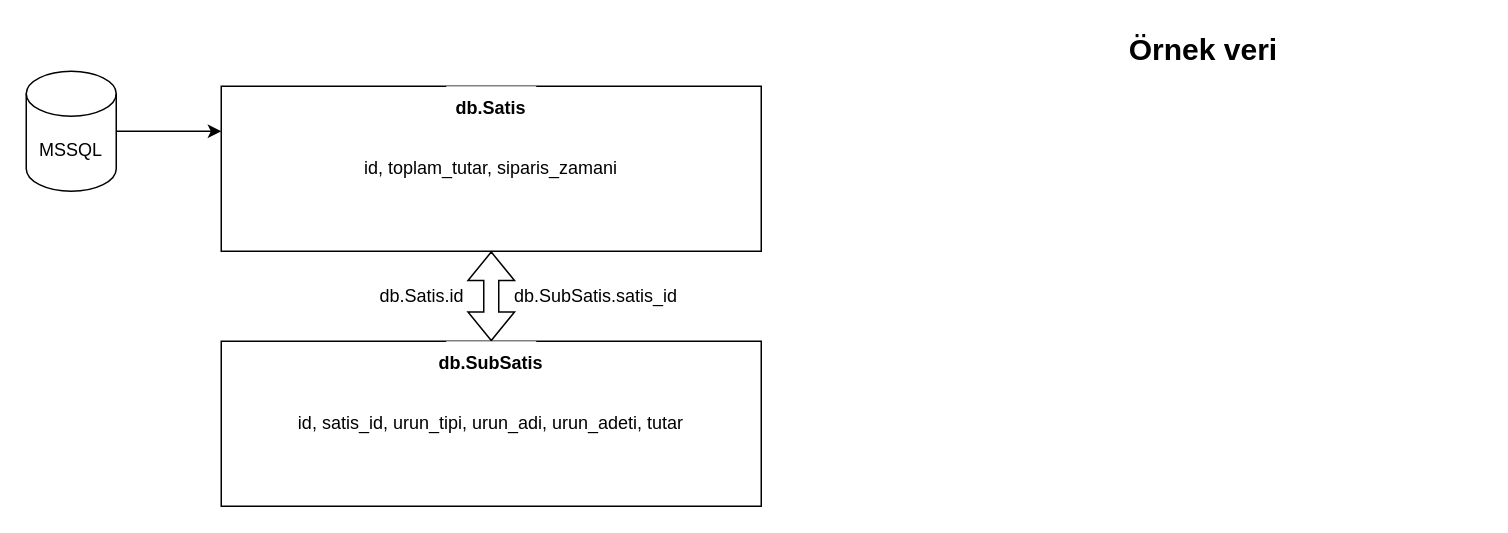
This is Başlıksız Diyagram.drawio from sinancesur34/Food-Ordering-Project, a draw.io file, before an edit. Source tidied: cells renumbered, new cells numbered last; positions are measured from the earlier drawing's top-left corner, leaving out a move shared by most shapes. Both pictures are drawn from the tidied source at 150%, with x=0, y=0 at pixel (26, 26).
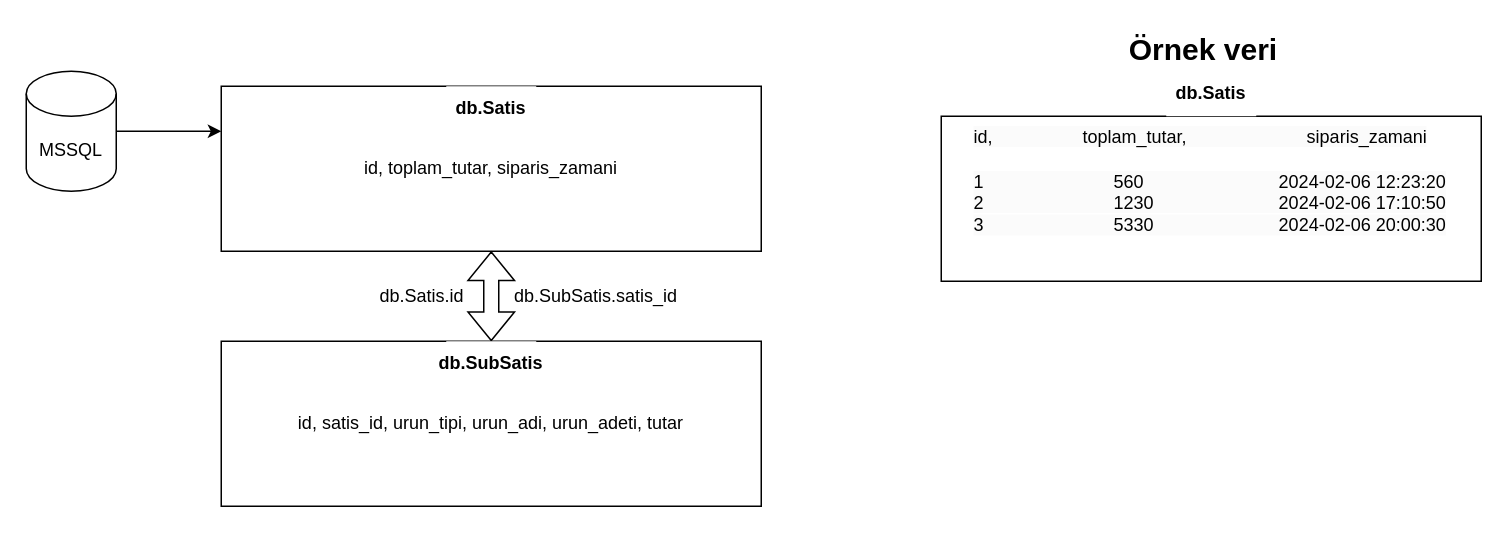
After the change.

The edit, as a diff of the source:
```diff
@@
 <mxGraphModel>
   <root>
     <mxCell id="0" />
     <mxCell id="1" parent="0" />
     <mxCell id="2" style="edgeStyle=orthogonalEdgeStyle;rounded=0;jettySize=auto;html=1;" parent="1" edge="1" source="3">
       <mxGeometry relative="1" as="geometry">
         <mxPoint x="130" y="70" as="targetPoint" />
       </mxGeometry>
     </mxCell>
     <mxCell id="3" value="MSSQL" style="shape=cylinder3;whiteSpace=wrap;html=1;boundedLbl=1;backgroundOutline=1;size=15;" parent="1" vertex="1">
       <mxGeometry y="30" width="60" height="80" as="geometry" />
     </mxCell>
     <mxCell id="4" value="id, toplam_tutar, siparis_zamani" style="rounded=0;whiteSpace=wrap;html=1;" parent="1" vertex="1">
       <mxGeometry x="130" y="40" width="360" height="110" as="geometry" />
     </mxCell>
     <mxCell id="5" value="id, satis_id, urun_tipi, urun_adi, urun_adeti, tutar" style="rounded=0;whiteSpace=wrap;html=1;" parent="1" vertex="1">
       <mxGeometry x="130" y="210" width="360" height="110" as="geometry" />
     </mxCell>
     <mxCell id="6" value="db.Satis" style="text;html=1;strokeColor=none;fillColor=default;align=center;verticalAlign=middle;whiteSpace=wrap;rounded=0;fontStyle=1;" parent="1" vertex="1">
       <mxGeometry x="280" y="40" width="60" height="30" as="geometry" />
     </mxCell>
     <mxCell id="7" style="shape=flexArrow;endArrow=classic;startArrow=classic;html=1;rounded=0;entryX=0.5;entryY=1;entryDx=0;entryDy=0;" parent="1" edge="1" source="5" target="4">
       <mxGeometry relative="1" as="geometry" />
     </mxCell>
     <mxCell id="8" value="db.SubSatis" style="text;html=1;strokeColor=none;fillColor=default;align=center;verticalAlign=middle;whiteSpace=wrap;rounded=0;fontStyle=1;" parent="1" vertex="1">
       <mxGeometry x="280" y="210" width="60" height="30" as="geometry" />
     </mxCell>
     <mxCell id="9" value="db.Satis.id" style="text;html=1;strokeColor=none;fillColor=none;align=center;verticalAlign=middle;whiteSpace=wrap;rounded=0;" parent="1" vertex="1">
       <mxGeometry x="234" y="170" width="60" height="20" as="geometry" />
     </mxCell>
     <mxCell id="10" value="db.SubSatis.satis_id" style="text;html=1;strokeColor=none;fillColor=none;align=center;verticalAlign=middle;whiteSpace=wrap;rounded=0;" parent="1" vertex="1">
       <mxGeometry x="350" y="170" width="60" height="20" as="geometry" />
     </mxCell>
     <mxCell id="11" value="&lt;b&gt;&lt;font style=&quot;font-size: 20px;&quot;&gt;Örnek veri&lt;/font&gt;&lt;/b&gt;" style="text;html=1;strokeColor=none;fillColor=none;align=center;verticalAlign=middle;whiteSpace=wrap;rounded=0;" parent="1" vertex="1">
       <mxGeometry x="700" width="170" height="30" as="geometry" />
     </mxCell>
+    <mxCell id="12" style="rounded=0;whiteSpace=wrap;html=1;" parent="1" vertex="1">
+      <mxGeometry x="610" y="60" width="360" height="110" as="geometry" />
+    </mxCell>
+    <mxCell id="13" value="db.Satis" style="text;html=1;strokeColor=none;fillColor=default;align=center;verticalAlign=middle;whiteSpace=wrap;rounded=0;fontStyle=1;" parent="1" vertex="1">
+      <mxGeometry x="760" y="30" width="60" height="30" as="geometry" />
+    </mxCell>
+    <mxCell id="14" value="&lt;span style=&quot;color: rgb(0, 0, 0); font-family: Helvetica; font-size: 12px; font-style: normal; font-variant-ligatures: normal; font-variant-caps: normal; font-weight: 400; letter-spacing: normal; orphans: 2; text-align: center; text-indent: 0px; text-transform: none; widows: 2; word-spacing: 0px; -webkit-text-stroke-width: 0px; background-color: rgb(251, 251, 251); text-decoration-thickness: initial; text-decoration-style: initial; text-decoration-color: initial; float: none; display: inline !important;&quot;&gt;id,&amp;nbsp; &amp;nbsp; &amp;nbsp; &amp;nbsp; &amp;nbsp; &amp;nbsp; &amp;nbsp; &amp;nbsp; &amp;nbsp; toplam_tutar,&amp;nbsp; &amp;nbsp; &amp;nbsp; &amp;nbsp; &amp;nbsp; &amp;nbsp; &amp;nbsp; &amp;nbsp; &amp;nbsp; &amp;nbsp; &amp;nbsp; &amp;nbsp; siparis_zamani&lt;/span&gt;" style="text;whiteSpace=wrap;html=1;" parent="1" vertex="1">
+      <mxGeometry x="630" y="60" width="340" height="40" as="geometry" />
+    </mxCell>
+    <mxCell id="15" value="&lt;span style=&quot;color: rgb(0, 0, 0); font-family: Helvetica; font-size: 12px; font-style: normal; font-variant-ligatures: normal; font-variant-caps: normal; font-weight: 400; letter-spacing: normal; orphans: 2; text-align: center; text-indent: 0px; text-transform: none; widows: 2; word-spacing: 0px; -webkit-text-stroke-width: 0px; background-color: rgb(251, 251, 251); text-decoration-thickness: initial; text-decoration-style: initial; text-decoration-color: initial; float: none; display: inline !important;&quot;&gt;1&amp;nbsp; &amp;nbsp; &amp;nbsp; &amp;nbsp; &amp;nbsp; &amp;nbsp; &amp;nbsp; &amp;nbsp; &amp;nbsp; &amp;nbsp; &amp;nbsp; &amp;nbsp; &amp;nbsp; 560&amp;nbsp; &amp;nbsp; &amp;nbsp; &amp;nbsp; &amp;nbsp; &amp;nbsp; &amp;nbsp; &amp;nbsp; &amp;nbsp; &amp;nbsp; &amp;nbsp; &amp;nbsp; &amp;nbsp; &amp;nbsp;2024-02-06 12:23:20&lt;br&gt;2&amp;nbsp; &amp;nbsp; &amp;nbsp; &amp;nbsp; &amp;nbsp; &amp;nbsp; &amp;nbsp; &amp;nbsp; &amp;nbsp; &amp;nbsp; &amp;nbsp; &amp;nbsp; &amp;nbsp; 1230&amp;nbsp; &amp;nbsp; &amp;nbsp; &amp;nbsp; &amp;nbsp; &amp;nbsp; &amp;nbsp; &amp;nbsp; &amp;nbsp; &amp;nbsp; &amp;nbsp; &amp;nbsp; &amp;nbsp;2024-02-06 17:10:50&lt;br&gt;3&amp;nbsp; &amp;nbsp; &amp;nbsp; &amp;nbsp; &amp;nbsp; &amp;nbsp; &amp;nbsp; &amp;nbsp; &amp;nbsp; &amp;nbsp; &amp;nbsp; &amp;nbsp; &amp;nbsp; 5330&amp;nbsp; &amp;nbsp; &amp;nbsp; &amp;nbsp; &amp;nbsp; &amp;nbsp; &amp;nbsp; &amp;nbsp; &amp;nbsp; &amp;nbsp; &amp;nbsp; &amp;nbsp; &amp;nbsp;2024-02-06 20:00:30&lt;br&gt;&lt;/span&gt;" style="text;whiteSpace=wrap;html=1;" parent="1" vertex="1">
+      <mxGeometry x="630" y="90" width="340" height="40" as="geometry" />
+    </mxCell>
   </root>
 </mxGraphModel>
```
